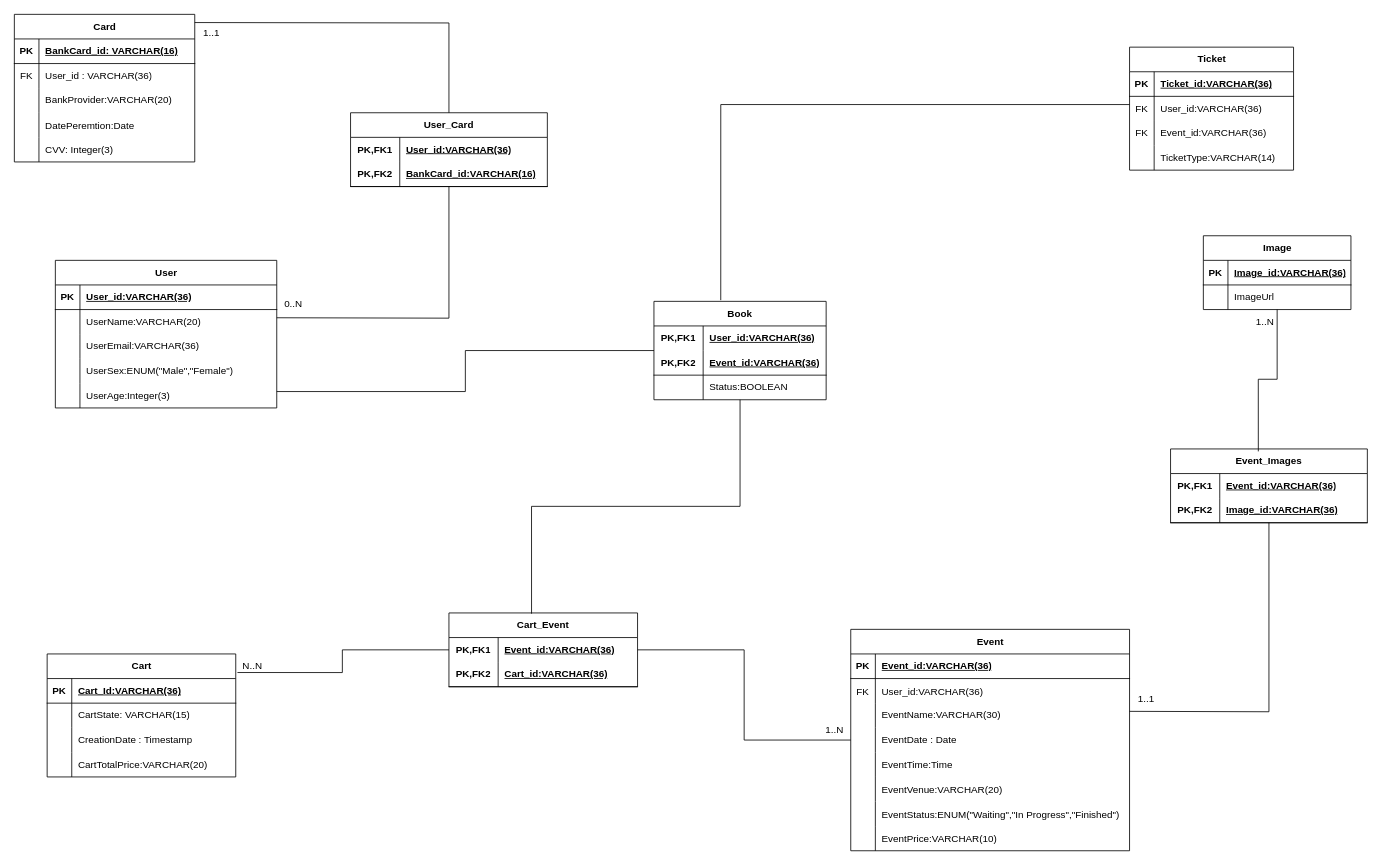
Before: docs/diagrams/HyperionEntity_RelationshipDiagram.drawio in MiltonJ23/Hyperion, a draw.io diagram. Source tidied: cells renumbered, new cells numbered last; positions are measured from the earlier drawing's top-left corner, leaving out a move shared by most shapes. Both pictures are drawn from the tidied source at 82%, with x=0, y=0 at pixel (14, 14).
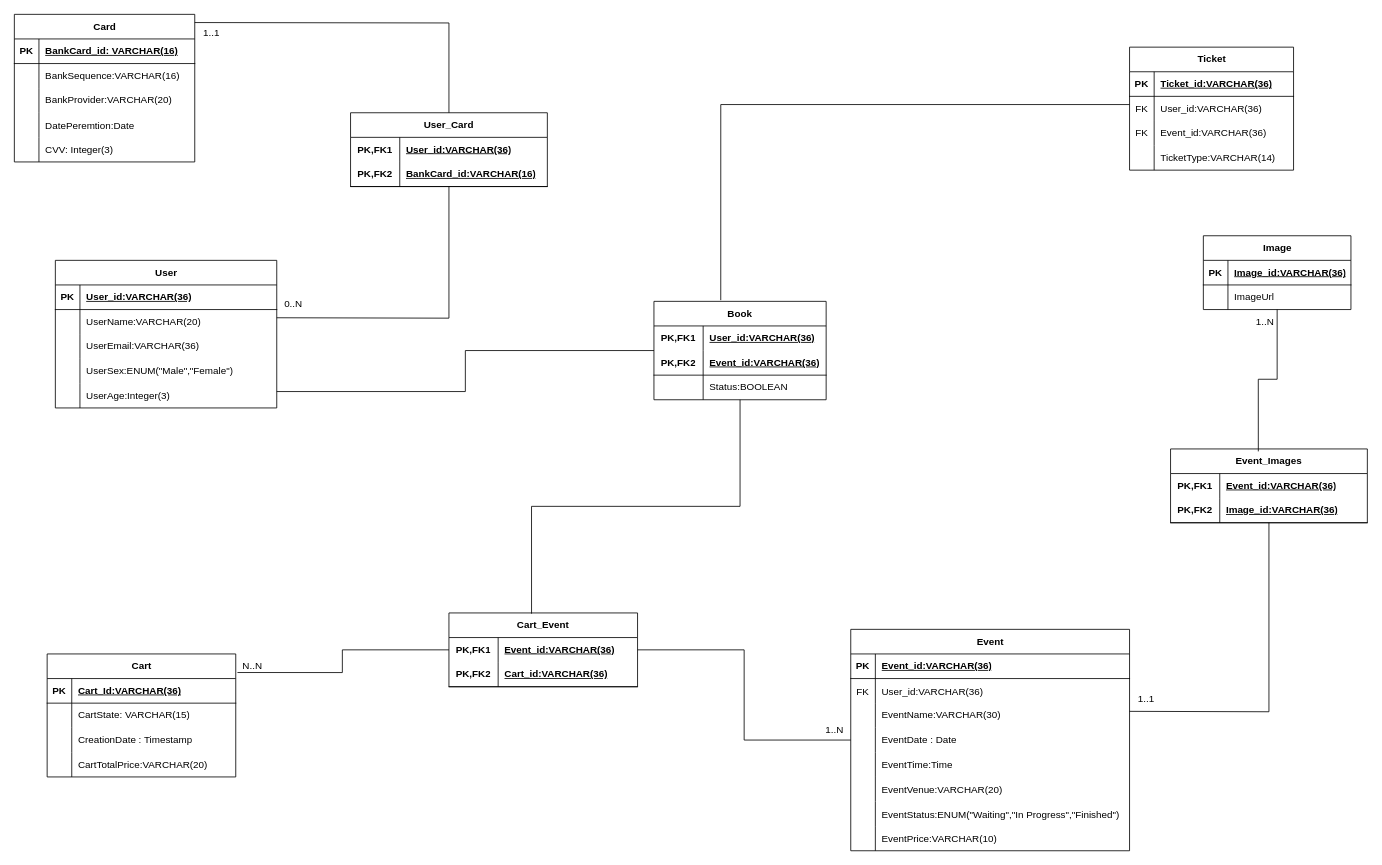
After the change.

The change refers to these unchanged cells:
```xml
<mxCell id="6" style="shape=tableRow;horizontal=0;startSize=0;swimlaneHead=0;swimlaneBody=0;fillColor=none;top=0;left=0;right=0;bottom=0;" parent="2" vertex="1">
  <mxGeometry y="60" width="220" height="30" as="geometry" />
</mxCell>
```

Diff of the diagram source:
```diff
@@
-    <mxCell id="7" value="FK" style="shape=partialRectangle;fillColor=none;top=0;left=0;bottom=0;right=0;overflow=hidden;whiteSpace=wrap;html=1;" parent="6" vertex="1">
+    <mxCell id="7" style="shape=partialRectangle;fillColor=none;top=0;left=0;bottom=0;right=0;overflow=hidden;whiteSpace=wrap;html=1;" parent="6" vertex="1">
       <mxGeometry width="30" height="30" as="geometry" />
     </mxCell>
-    <mxCell id="8" value="User_id : VARCHAR(36)" style="shape=partialRectangle;fillColor=none;top=0;left=0;bottom=0;right=0;align=left;spacingLeft=6;overflow=hidden;whiteSpace=wrap;html=1;" parent="6" vertex="1">
+    <mxCell id="8" value="BankSequence:VARCHAR(16)" style="shape=partialRectangle;fillColor=none;top=0;left=0;bottom=0;right=0;align=left;spacingLeft=6;overflow=hidden;whiteSpace=wrap;html=1;" parent="6" vertex="1">
       <mxGeometry x="30" width="190" height="30" as="geometry" />
     </mxCell>
```
